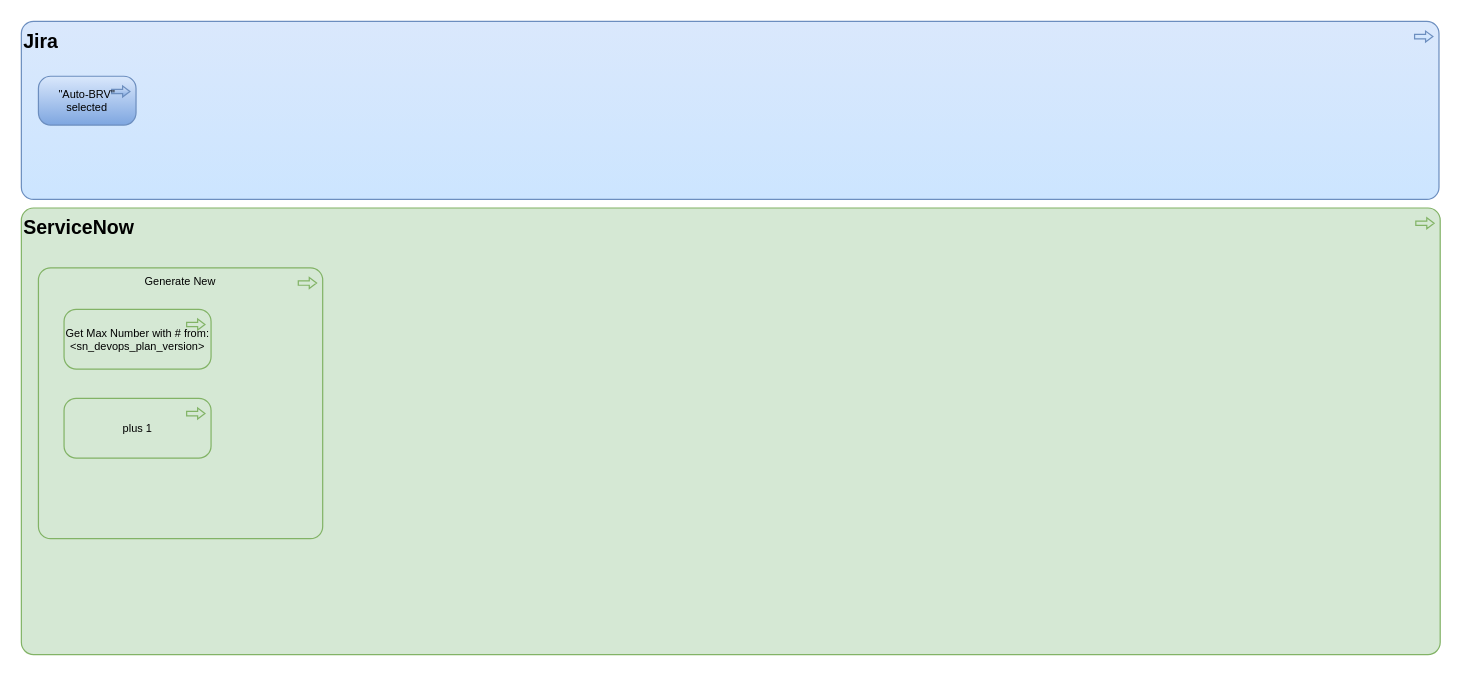
Before: page "JiraStates" (1 of 3) of AldiBRV2Jira.drawio in algimas/tmp, a draw.io diagram. Source tidied: cells renumbered, new cells numbered last; positions are measured from the earlier drawing's top-left corner, leaving out a move shared by most shapes. Both pictures are drawn from the tidied source at 122%, with x=0, y=0 at pixel (21, 21).
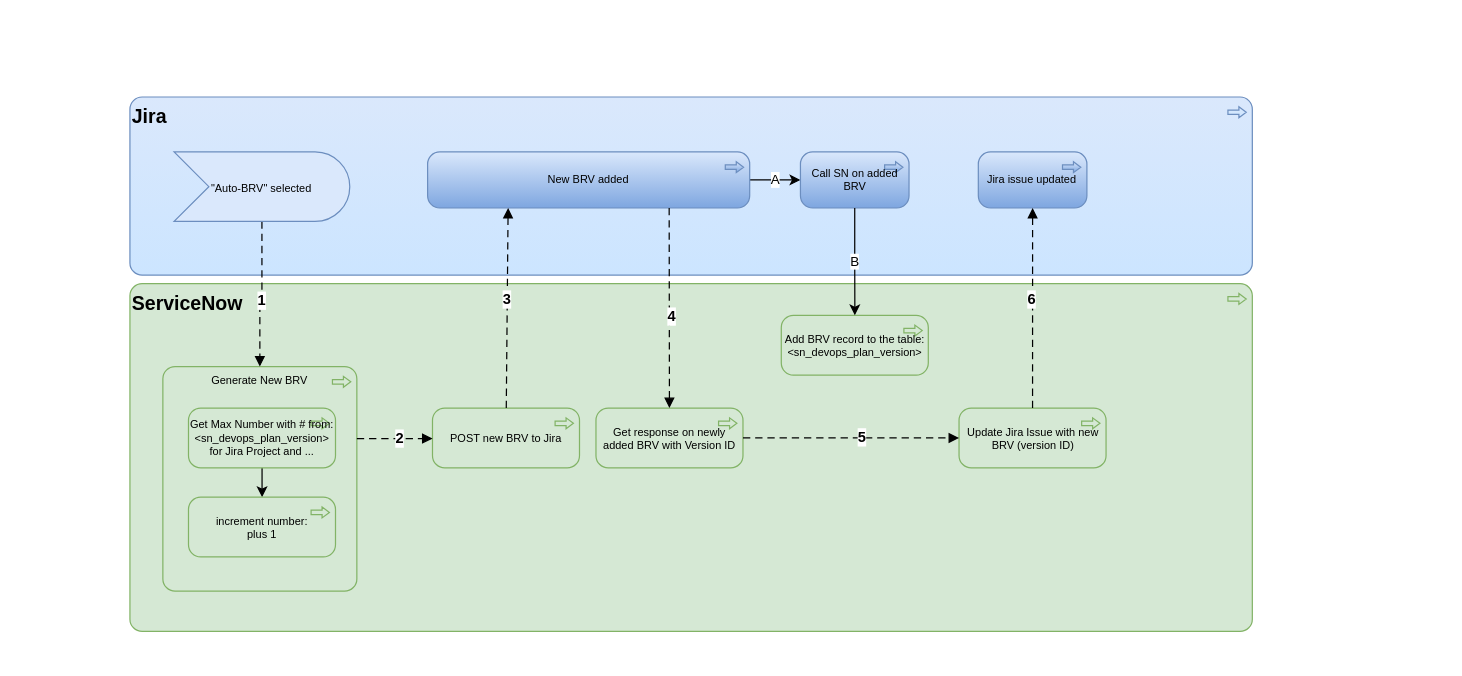
After the change.

The edit, as a diff of the source:
```diff
@@
     <mxCell id="2" value="ServiceNow" style="html=1;whiteSpace=wrap;fillColor=#d5e8d4;shape=mxgraph.archimate3.application;appType=proc;archiType=rounded;fontSize=16;strokeColor=#82b366;verticalAlign=top;fontStyle=1;align=left;" parent="1" vertex="1">
-      <mxGeometry y="153" width="1163" height="366" as="geometry" />
+      <mxGeometry x="89" y="215" width="920" height="285" as="geometry" />
     </mxCell>
     <mxCell id="3" value="Jira" style="html=1;whiteSpace=wrap;fillColor=#dae8fc;shape=mxgraph.archimate3.application;appType=proc;archiType=rounded;gradientColor=#CCE5FF;fontSize=16;strokeColor=#6c8ebf;verticalAlign=top;fontStyle=1;align=left;" parent="1" vertex="1">
-      <mxGeometry width="1162" height="146" as="geometry" />
+      <mxGeometry x="89" y="62" width="920" height="146" as="geometry" />
     </mxCell>
-    <mxCell id="4" value="Generate New" style="html=1;outlineConnect=0;whiteSpace=wrap;fillColor=#d5e8d4;shape=mxgraph.archimate3.application;appType=proc;archiType=rounded;fontSize=9;verticalAlign=top;align=center;strokeColor=#82b366;" parent="1" vertex="1">
-      <mxGeometry x="14" y="202" width="233" height="222" as="geometry" />
+    <mxCell id="4" value="Generate New BRV" style="html=1;outlineConnect=0;whiteSpace=wrap;fillColor=#d5e8d4;shape=mxgraph.archimate3.application;appType=proc;archiType=rounded;fontSize=9;verticalAlign=top;align=center;strokeColor=#82b366;" parent="1" vertex="1">
+      <mxGeometry x="116" y="283" width="159" height="184" as="geometry" />
     </mxCell>
-    <mxCell id="5" value="&quot;Auto-BRV&quot; selected" style="html=1;outlineConnect=0;whiteSpace=wrap;fillColor=#dae8fc;shape=mxgraph.archimate3.application;appType=proc;archiType=rounded;gradientColor=#7ea6e0;fontSize=9;strokeColor=#6c8ebf;" parent="1" vertex="1">
-      <mxGeometry x="14" y="45" width="80" height="40" as="geometry" />
-    </mxCell>
+    <mxCell id="8" style="edgeStyle=orthogonalEdgeStyle;rounded=0;jettySize=auto;html=1;" parent="1" edge="1" source="6" target="7">
+      <mxGeometry relative="1" as="geometry" />
+    </mxCell>
-    <mxCell id="6" value="Get Max Number with # from:&lt;br&gt;&amp;lt;sn_devops_plan_version&amp;gt;" style="html=1;outlineConnect=0;whiteSpace=wrap;fillColor=#d5e8d4;shape=mxgraph.archimate3.application;appType=proc;archiType=rounded;fontSize=9;verticalAlign=middle;align=center;strokeColor=#82b366;" parent="1" vertex="1">
-      <mxGeometry x="35" y="236" width="120.5" height="49" as="geometry" />
+    <mxCell id="6" value="Get Max Number with # from:&lt;br&gt;&amp;lt;sn_devops_plan_version&amp;gt; for Jira Project and ..." style="html=1;outlineConnect=0;whiteSpace=wrap;fillColor=#d5e8d4;shape=mxgraph.archimate3.application;appType=proc;archiType=rounded;fontSize=9;verticalAlign=middle;align=center;strokeColor=#82b366;" parent="1" vertex="1">
+      <mxGeometry x="137" y="317" width="120.5" height="49" as="geometry" />
     </mxCell>
-    <mxCell id="7" value="plus 1" style="html=1;outlineConnect=0;whiteSpace=wrap;fillColor=#d5e8d4;shape=mxgraph.archimate3.application;appType=proc;archiType=rounded;fontSize=9;verticalAlign=middle;align=center;strokeColor=#82b366;" parent="1" vertex="1">
-      <mxGeometry x="35" y="309" width="120.5" height="49" as="geometry" />
+    <mxCell id="7" value="increment number:&lt;br&gt;plus 1" style="html=1;outlineConnect=0;whiteSpace=wrap;fillColor=#d5e8d4;shape=mxgraph.archimate3.application;appType=proc;archiType=rounded;fontSize=9;verticalAlign=middle;align=center;strokeColor=#82b366;" parent="1" vertex="1">
+      <mxGeometry x="137" y="390" width="120.5" height="49" as="geometry" />
     </mxCell>
+    <mxCell id="9" value="POST new BRV to Jira" style="html=1;outlineConnect=0;whiteSpace=wrap;fillColor=#d5e8d4;shape=mxgraph.archimate3.application;appType=proc;archiType=rounded;fontSize=9;verticalAlign=middle;align=center;strokeColor=#82b366;" parent="1" vertex="1">
+      <mxGeometry x="337" y="317" width="120.5" height="49" as="geometry" />
+    </mxCell>
+    <mxCell id="10" value="Update Jira Issue with new BRV (version ID)" style="html=1;outlineConnect=0;whiteSpace=wrap;fillColor=#d5e8d4;shape=mxgraph.archimate3.application;appType=proc;archiType=rounded;fontSize=9;verticalAlign=middle;align=center;strokeColor=#82b366;" parent="1" vertex="1">
+      <mxGeometry x="768.6" y="317" width="120.5" height="49" as="geometry" />
+    </mxCell>
+    <mxCell id="11" value="A" style="edgeStyle=orthogonalEdgeStyle;rounded=0;jettySize=auto;html=1;" parent="1" edge="1" source="12" target="13">
+      <mxGeometry relative="1" as="geometry" />
+    </mxCell>
+    <mxCell id="12" value="New BRV added" style="html=1;outlineConnect=0;whiteSpace=wrap;fillColor=#dae8fc;shape=mxgraph.archimate3.application;appType=proc;archiType=rounded;gradientColor=#7ea6e0;fontSize=9;strokeColor=#6c8ebf;" parent="1" vertex="1">
+      <mxGeometry x="333" y="107" width="264" height="46" as="geometry" />
+    </mxCell>
+    <mxCell id="13" value="Call SN on added BRV" style="html=1;outlineConnect=0;whiteSpace=wrap;fillColor=#dae8fc;shape=mxgraph.archimate3.application;appType=proc;archiType=rounded;gradientColor=#7ea6e0;fontSize=9;strokeColor=#6c8ebf;" parent="1" vertex="1">
+      <mxGeometry x="638.6" y="107" width="89" height="46" as="geometry" />
+    </mxCell>
+    <mxCell id="14" value="Add BRV record to the table:&lt;br&gt;&amp;lt;sn_devops_plan_version&amp;gt;" style="html=1;outlineConnect=0;whiteSpace=wrap;fillColor=#d5e8d4;shape=mxgraph.archimate3.application;appType=proc;archiType=rounded;fontSize=9;verticalAlign=middle;align=center;strokeColor=#82b366;" parent="1" vertex="1">
+      <mxGeometry x="622.9" y="241" width="120.5" height="49" as="geometry" />
+    </mxCell>
+    <mxCell id="15" value="Jira issue updated" style="html=1;outlineConnect=0;whiteSpace=wrap;fillColor=#dae8fc;shape=mxgraph.archimate3.application;appType=proc;archiType=rounded;gradientColor=#7ea6e0;fontSize=9;strokeColor=#6c8ebf;" parent="1" vertex="1">
+      <mxGeometry x="784.4" y="107" width="89" height="46" as="geometry" />
+    </mxCell>
+    <mxCell id="16" style="edgeStyle=elbowEdgeStyle;html=1;endArrow=block;dashed=1;elbow=vertical;endFill=1;dashPattern=6 4;rounded=0;fontSize=12;" parent="1" edge="1" source="5" target="4">
+      <mxGeometry relative="1" as="geometry" />
+    </mxCell>
+    <mxCell id="17" value="&lt;b&gt;1&lt;/b&gt;" style="edgeLabel;html=1;align=center;verticalAlign=middle;fontSize=12;" parent="16" vertex="1">
+      <mxGeometry x="0.09" y="1" relative="1" as="geometry" />
+    </mxCell>
+    <mxCell id="18" style="edgeStyle=elbowEdgeStyle;html=1;endArrow=block;dashed=1;elbow=vertical;endFill=1;dashPattern=6 4;rounded=0;fontSize=12;" parent="1" edge="1" source="4" target="9">
+      <mxGeometry relative="1" as="geometry" />
+    </mxCell>
+    <mxCell id="19" value="&lt;b&gt;2&lt;/b&gt;" style="edgeLabel;html=1;align=center;verticalAlign=middle;fontSize=12;" parent="18" vertex="1">
+      <mxGeometry x="0.09" y="1" relative="1" as="geometry" />
+    </mxCell>
+    <mxCell id="20" style="html=1;endArrow=block;dashed=1;elbow=vertical;endFill=1;dashPattern=6 4;rounded=0;fontSize=12;entryX=0.25;entryY=1;entryDx=0;entryDy=0;entryPerimeter=0;" parent="1" edge="1" source="9" target="12">
+      <mxGeometry relative="1" as="geometry" />
+    </mxCell>
+    <mxCell id="21" value="&lt;b&gt;3&lt;/b&gt;" style="edgeLabel;html=1;align=center;verticalAlign=middle;fontSize=12;" parent="20" vertex="1">
+      <mxGeometry x="0.09" y="1" relative="1" as="geometry" />
+    </mxCell>
+    <mxCell id="22" value="Get response on newly added BRV with Version ID" style="html=1;outlineConnect=0;whiteSpace=wrap;fillColor=#d5e8d4;shape=mxgraph.archimate3.application;appType=proc;archiType=rounded;fontSize=9;verticalAlign=middle;align=center;strokeColor=#82b366;" parent="1" vertex="1">
+      <mxGeometry x="471" y="317" width="120.5" height="49" as="geometry" />
+    </mxCell>
+    <mxCell id="23" value="B" style="edgeStyle=orthogonalEdgeStyle;rounded=0;jettySize=auto;html=1;" parent="1" edge="1" source="13" target="14">
+      <mxGeometry relative="1" as="geometry" />
+    </mxCell>
+    <mxCell id="24" style="html=1;endArrow=block;dashed=1;elbow=vertical;endFill=1;dashPattern=6 4;rounded=0;fontSize=12;exitX=0.75;exitY=1;exitDx=0;exitDy=0;exitPerimeter=0;" parent="1" edge="1" source="12" target="22">
+      <mxGeometry relative="1" as="geometry" />
+    </mxCell>
+    <mxCell id="25" value="&lt;b&gt;4&lt;/b&gt;" style="edgeLabel;html=1;align=center;verticalAlign=middle;fontSize=12;" parent="24" vertex="1">
+      <mxGeometry x="0.09" y="1" relative="1" as="geometry" />
+    </mxCell>
+    <mxCell id="26" style="html=1;endArrow=block;dashed=1;elbow=vertical;endFill=1;dashPattern=6 4;rounded=0;fontSize=12;" parent="1" edge="1" source="22" target="10">
+      <mxGeometry relative="1" as="geometry" />
+    </mxCell>
+    <mxCell id="27" value="&lt;b&gt;5&lt;/b&gt;" style="edgeLabel;html=1;align=center;verticalAlign=middle;fontSize=12;" parent="26" vertex="1">
+      <mxGeometry x="0.09" y="1" relative="1" as="geometry" />
+    </mxCell>
+    <mxCell id="28" style="html=1;endArrow=block;dashed=1;elbow=vertical;endFill=1;dashPattern=6 4;rounded=0;fontSize=12;" parent="1" edge="1" source="10" target="15">
+      <mxGeometry relative="1" as="geometry" />
+    </mxCell>
+    <mxCell id="29" value="&lt;b&gt;6&lt;/b&gt;" style="edgeLabel;html=1;align=center;verticalAlign=middle;fontSize=12;" parent="28" vertex="1">
+      <mxGeometry x="0.09" y="1" relative="1" as="geometry" />
+    </mxCell>
+    <mxCell id="5" value="&lt;span style=&quot;font-size: 9px;&quot;&gt;&quot;Auto-BRV&quot; selected&lt;/span&gt;" style="html=1;outlineConnect=0;whiteSpace=wrap;fillColor=#dae8fc;shape=mxgraph.archimate3.event;strokeColor=#6c8ebf;" parent="1" vertex="1">
+      <mxGeometry x="125.2" y="107" width="144" height="57" as="geometry" />
+    </mxCell>
```
